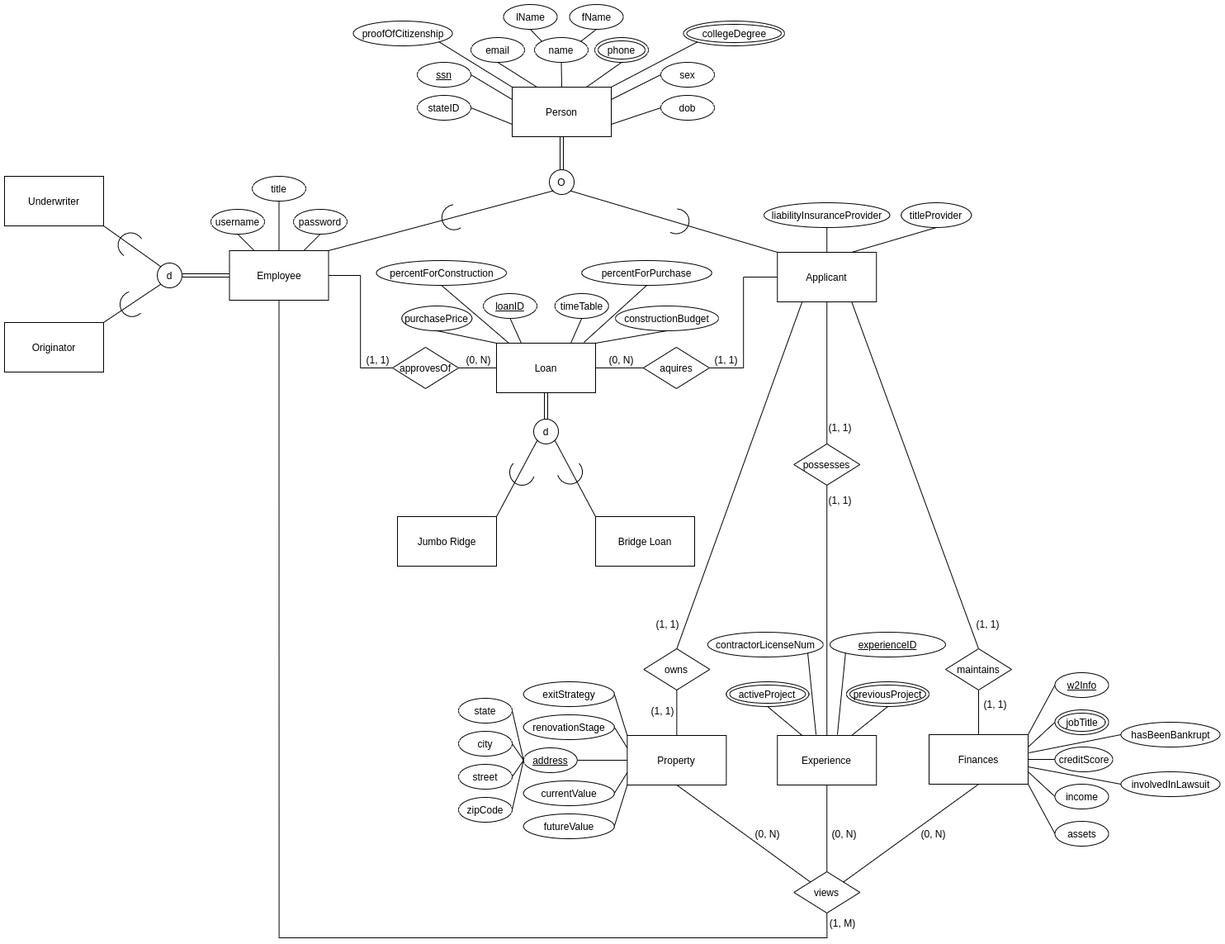
Before: EERD/EERD.png, a diagram exported from draw.io (joshuashevitz/HardMoneyLender-DB-and-WP). Source tidied: cells renumbered, new cells last; positions are measured from the earlier drawing's top-left corner, leaving out a move shared by most shapes.
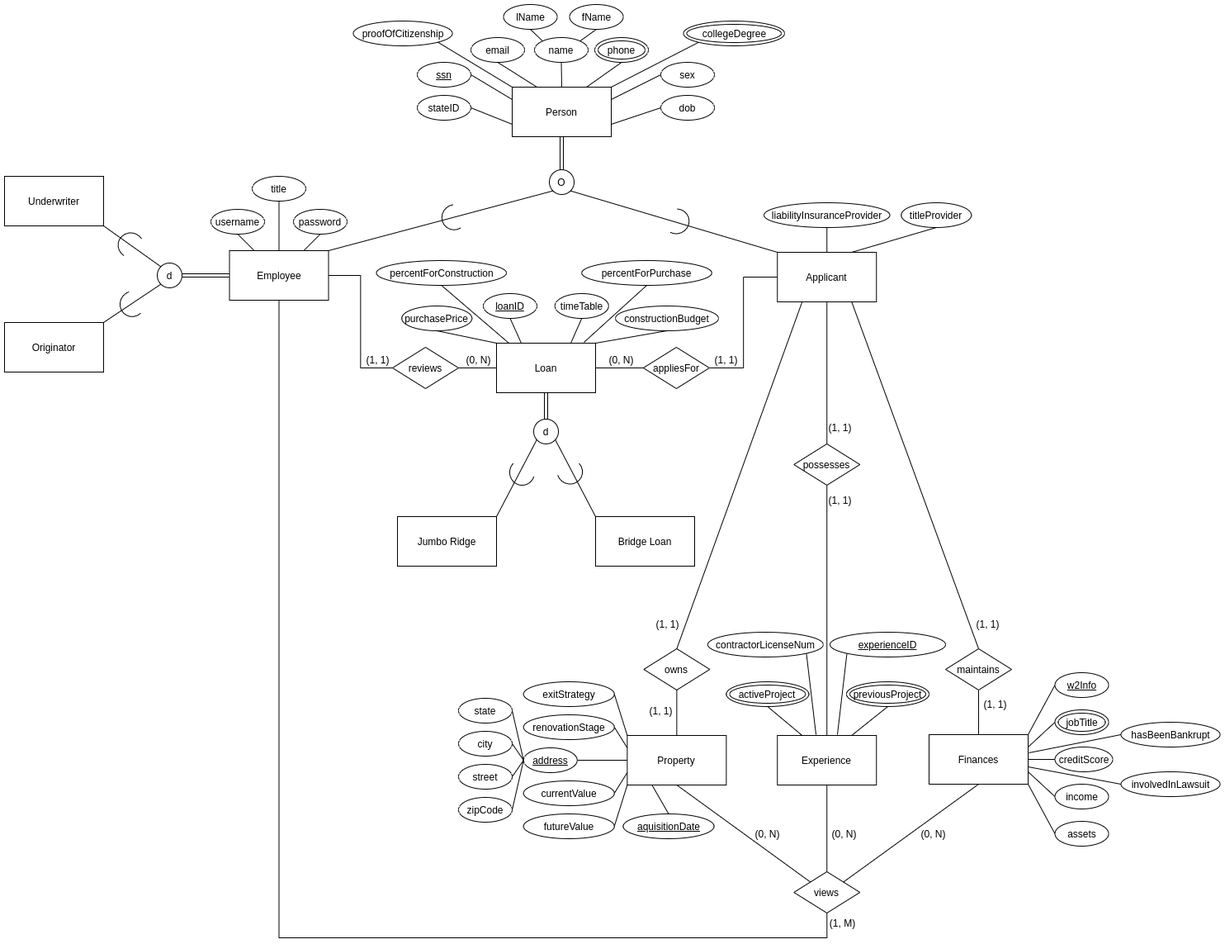
Above is the later version.

Commit message:
EERD Clarification

Change to the diagram source:
```diff
@@ -146,7 +146,7 @@
     <mxCell id="49" style="edgeStyle=orthogonalEdgeStyle;rounded=0;jettySize=auto;html=1;exitX=1;exitY=0.5;exitDx=0;exitDy=0;entryX=0;entryY=0.5;entryDx=0;entryDy=0;endArrow=none;endFill=0;" parent="1" edge="1" source="50" target="32">
       <mxGeometry relative="1" as="geometry" />
     </mxCell>
-    <mxCell id="50" value="aquires" style="rhombus;whiteSpace=wrap;html=1;" parent="1" vertex="1">
+    <mxCell id="50" value="appliesFor" style="rhombus;whiteSpace=wrap;html=1;" parent="1" vertex="1">
       <mxGeometry x="773.9" y="415" width="80" height="50" as="geometry" />
     </mxCell>
     <mxCell id="51" style="edgeStyle=none;rounded=0;jettySize=auto;html=1;exitX=0.5;exitY=1;exitDx=0;exitDy=0;entryX=0.5;entryY=0;entryDx=0;entryDy=0;endArrow=none;endFill=0;" parent="1" edge="1" source="52" target="129">
@@ -278,7 +278,7 @@
     <mxCell id="93" value="previousProject" style="ellipse;shape=doubleEllipse;whiteSpace=wrap;html=1;" parent="1" vertex="1">
       <mxGeometry x="1020" y="820" width="100" height="30" as="geometry" />
     </mxCell>
-    <mxCell id="94" value="approvesOf" style="rhombus;whiteSpace=wrap;html=1;" parent="1" vertex="1">
+    <mxCell id="94" value="reviews" style="rhombus;whiteSpace=wrap;html=1;" parent="1" vertex="1">
       <mxGeometry x="470" y="415" width="80" height="50" as="geometry" />
     </mxCell>
     <mxCell id="95" style="edgeStyle=none;rounded=0;jettySize=auto;html=1;exitX=0.5;exitY=1;exitDx=0;exitDy=0;entryX=0.25;entryY=0;entryDx=0;entryDy=0;endArrow=none;endFill=0;" parent="1" edge="1" target="57">
@@ -421,7 +421,7 @@
       <mxGeometry x="1171.2" y="740" width="40" height="20" as="geometry" />
     </mxCell>
     <mxCell id="138" value="(1, 1)" style="text;html=1;align=center;verticalAlign=middle;" parent="1" vertex="1">
-      <mxGeometry x="776.8" y="845" width="40" height="20" as="geometry" />
+      <mxGeometry x="774.8" y="845" width="40" height="20" as="geometry" />
     </mxCell>
     <mxCell id="139" value="(1, 1)" style="text;html=1;align=center;verticalAlign=middle;" parent="1" vertex="1">
       <mxGeometry x="782.5" y="740" width="40" height="20" as="geometry" />
@@ -456,5 +456,11 @@
     <mxCell id="149" style="verticalLabelPosition=bottom;verticalAlign=top;html=1;shape=mxgraph.basic.arc;startAngle=0.3;endAngle=0.8700792507221276;rotation=105;" parent="1" vertex="1">
       <mxGeometry x="138" y="276" width="30" height="31" as="geometry" />
     </mxCell>
+    <mxCell id="150" style="edgeStyle=none;rounded=0;jettySize=auto;html=1;exitX=0.5;exitY=0;exitDx=0;exitDy=0;entryX=0.25;entryY=1;entryDx=0;entryDy=0;endArrow=none;endFill=0;" parent="1" edge="1" source="151" target="55">
+      <mxGeometry relative="1" as="geometry" />
+    </mxCell>
+    <mxCell id="151" value="&lt;u&gt;aquisitionDate&lt;br&gt;&lt;/u&gt;" style="ellipse;whiteSpace=wrap;html=1;" parent="1" vertex="1">
+      <mxGeometry x="749.5" y="980" width="110" height="30" as="geometry" />
+    </mxCell>
   </root>
 </mxGraphModel>
```
